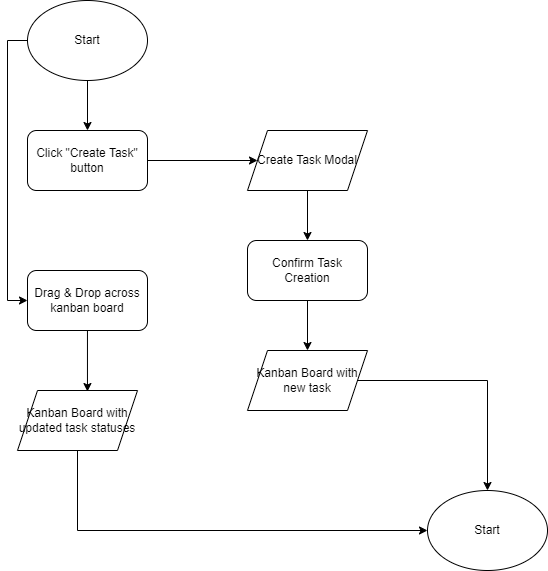
Earlier version of the draw.io export specs/system/kanban.drawio.png (cse110-sp24-group35/cse110-sp24-group35). Source tidied: cells renumbered, new cells last; positions are measured from the earlier drawing's top-left corner, leaving out a move shared by most shapes.
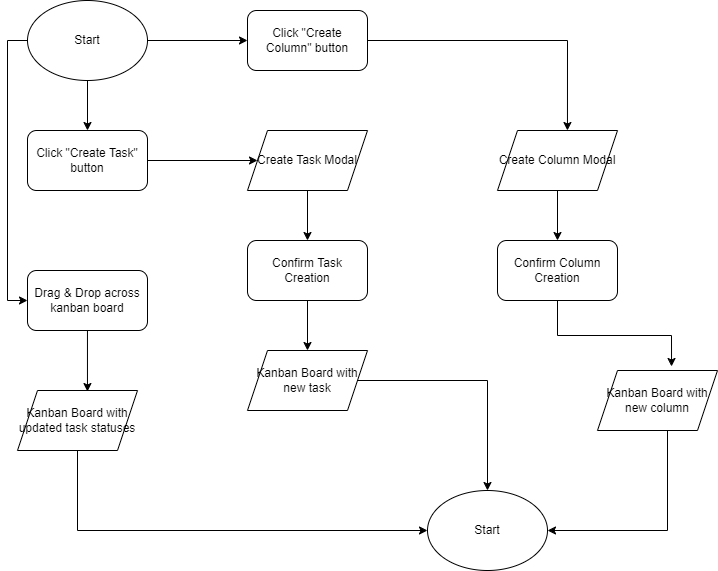
Later version of the same file.

Commit message:
System diagram

Change to the diagram source:
```diff
@@ -13,6 +13,9 @@
         </Array>
       </mxGeometry>
     </mxCell>
+    <mxCell id="18" style="edgeStyle=orthogonalEdgeStyle;rounded=0;jettySize=auto;html=1;" parent="1" edge="1" source="4" target="19">
+      <mxGeometry relative="1" as="geometry" />
+    </mxCell>
     <mxCell id="4" value="Start" style="ellipse;whiteSpace=wrap;html=1;" parent="1" vertex="1">
       <mxGeometry x="20" width="120" height="80" as="geometry" />
     </mxCell>
@@ -59,5 +62,33 @@
     <mxCell id="17" value="Start" style="ellipse;whiteSpace=wrap;html=1;" parent="1" vertex="1">
       <mxGeometry x="420" y="490" width="120" height="80" as="geometry" />
     </mxCell>
+    <mxCell id="19" value="Click &quot;Create Column&quot; button" style="rounded=1;whiteSpace=wrap;html=1;" parent="1" vertex="1">
+      <mxGeometry x="240" y="10" width="120" height="60" as="geometry" />
+    </mxCell>
+    <mxCell id="20" style="edgeStyle=orthogonalEdgeStyle;rounded=0;jettySize=auto;html=1;entryX=0.5;entryY=0;entryDx=0;entryDy=0;" parent="1" edge="1" source="21" target="23">
+      <mxGeometry relative="1" as="geometry" />
+    </mxCell>
+    <mxCell id="21" value="Create Column Modal" style="shape=parallelogram;perimeter=parallelogramPerimeter;whiteSpace=wrap;html=1;fixedSize=1;" parent="1" vertex="1">
+      <mxGeometry x="490" y="130" width="120" height="60" as="geometry" />
+    </mxCell>
+    <mxCell id="22" style="edgeStyle=orthogonalEdgeStyle;rounded=0;jettySize=auto;html=1;entryX=0.583;entryY=0;entryDx=0;entryDy=0;entryPerimeter=0;" parent="1" edge="1" source="19" target="21">
+      <mxGeometry relative="1" as="geometry" />
+    </mxCell>
+    <mxCell id="23" value="Confirm Column Creation" style="rounded=1;whiteSpace=wrap;html=1;" parent="1" vertex="1">
+      <mxGeometry x="490" y="240" width="120" height="60" as="geometry" />
+    </mxCell>
+    <mxCell id="24" style="edgeStyle=orthogonalEdgeStyle;rounded=0;jettySize=auto;html=1;entryX=1;entryY=0.5;entryDx=0;entryDy=0;" parent="1" edge="1" source="25" target="17">
+      <mxGeometry relative="1" as="geometry">
+        <Array as="points">
+          <mxPoint x="660" y="530" />
+        </Array>
+      </mxGeometry>
+    </mxCell>
+    <mxCell id="25" value="Kanban Board with new column" style="shape=parallelogram;perimeter=parallelogramPerimeter;whiteSpace=wrap;html=1;fixedSize=1;" parent="1" vertex="1">
+      <mxGeometry x="590" y="370" width="120" height="60" as="geometry" />
+    </mxCell>
+    <mxCell id="26" style="edgeStyle=orthogonalEdgeStyle;rounded=0;jettySize=auto;html=1;entryX=0.617;entryY=-0.067;entryDx=0;entryDy=0;entryPerimeter=0;" parent="1" edge="1" source="23" target="25">
+      <mxGeometry relative="1" as="geometry" />
+    </mxCell>
   </root>
 </mxGraphModel>
```
